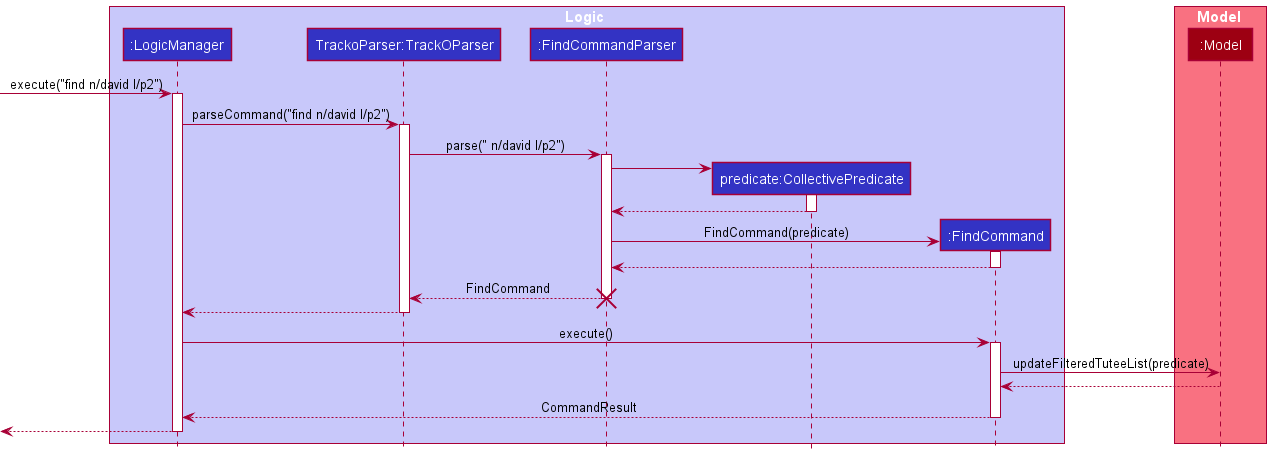
Before: docs/images/FindCommandParserSequenceDiagram.png, a diagram exported from PlantUML (ykwei7/Track-O). The source it was exported from:
```plantuml
@startuml
!include style.puml

box Logic LOGIC_COLOR_T1
participant ":LogicManager" as LogicManager LOGIC_COLOR
participant "TrackoParser:TrackOParser" as TrackOParser LOGIC_COLOR
participant ":FindCommandParser" as FindCommandParser LOGIC_COLOR
participant "predicate:CollectivePredicate" as CollectivePredicate LOGIC_COLOR
participant ":FindCommand" as FindCommand LOGIC_COLOR
end box

box Model MODEL_COLOR_T1
participant ":Model" as Model MODEL_COLOR
end box

[-> LogicManager : execute("find n/david l/p2")
activate LogicManager

LogicManager -> TrackOParser : parseCommand("find n/david l/p2")
activate TrackOParser

TrackOParser -> FindCommandParser : parse(" n/david l/p2")
activate FindCommandParser

create CollectivePredicate
FindCommandParser -> CollectivePredicate
activate CollectivePredicate

CollectivePredicate --> FindCommandParser
deactivate CollectivePredicate

create FindCommand
FindCommandParser -> FindCommand : FindCommand(predicate)
activate FindCommand

FindCommand --> FindCommandParser
deactivate FindCommand

FindCommandParser --> TrackOParser : FindCommand
deactivate FindCommandParser
destroy FindCommandParser

TrackOParser --> LogicManager
deactivate TrackOParser

LogicManager -> FindCommand : execute()
activate FindCommand

FindCommand -> Model : updateFilteredTuteeList(predicate)

Model --> FindCommand
FindCommand --> LogicManager : CommandResult
deactivate FindCommand

[<--LogicManager
deactivate LogicManager
@enduml
```
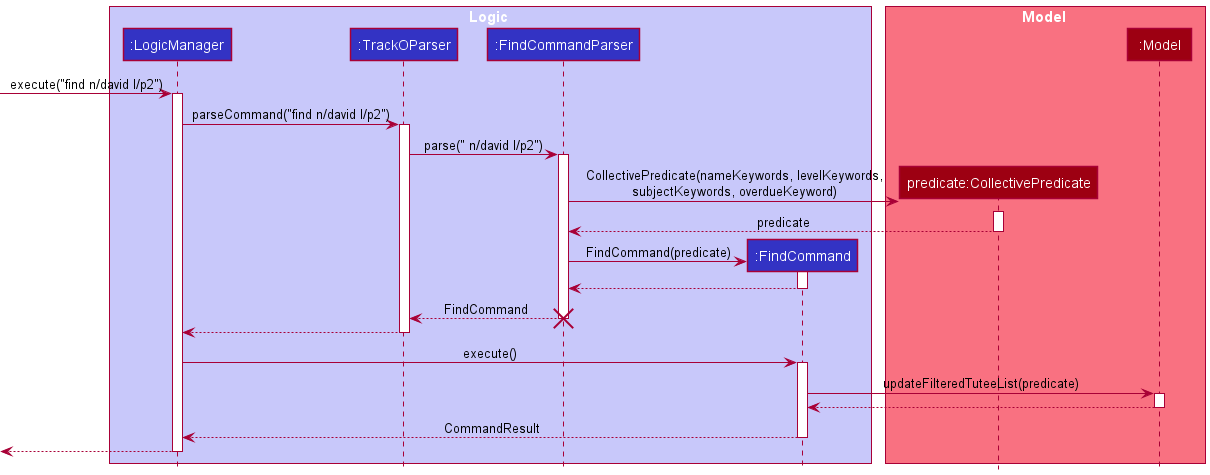
The same diagram one commit later.

Commit message:
Amend sequence diagram of FindCommandParser

Diff of the diagram source:
```diff
@@ -3,13 +3,13 @@
 
 box Logic LOGIC_COLOR_T1
 participant ":LogicManager" as LogicManager LOGIC_COLOR
-participant "TrackoParser:TrackOParser" as TrackOParser LOGIC_COLOR
+participant ":TrackOParser" as TrackOParser LOGIC_COLOR
 participant ":FindCommandParser" as FindCommandParser LOGIC_COLOR
-participant "predicate:CollectivePredicate" as CollectivePredicate LOGIC_COLOR
 participant ":FindCommand" as FindCommand LOGIC_COLOR
 end box
 
 box Model MODEL_COLOR_T1
+participant "predicate:CollectivePredicate" as CollectivePredicate MODEL_COLOR
 participant ":Model" as Model MODEL_COLOR
 end box
 
@@ -23,10 +23,11 @@
 activate FindCommandParser
 
 create CollectivePredicate
-FindCommandParser -> CollectivePredicate
+skinparam maxMessageSize 300
+FindCommandParser -> CollectivePredicate : CollectivePredicate(nameKeywords, levelKeywords, subjectKeywords, overdueKeyword)
 activate CollectivePredicate
 
-CollectivePredicate --> FindCommandParser
+CollectivePredicate --> FindCommandParser : predicate
 deactivate CollectivePredicate
 
 create FindCommand
@@ -47,8 +48,11 @@
 activate FindCommand
 
 FindCommand -> Model : updateFilteredTuteeList(predicate)
+activate Model
 
 Model --> FindCommand
+deactivate Model
+
 FindCommand --> LogicManager : CommandResult
 deactivate FindCommand
 
```
